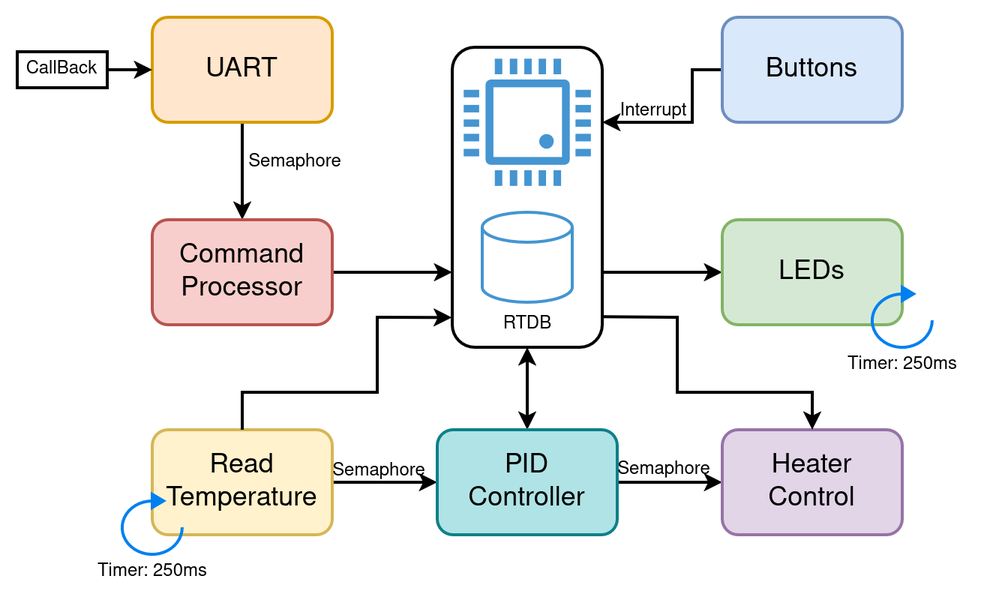
Above: docs/architecture.png in P-Ramos16/SETR_Proj3 (draw.io), before the change. Source tidied: cells renumbered, new cells last; positions are measured from the earlier drawing's top-left corner, leaving out a move shared by most shapes.
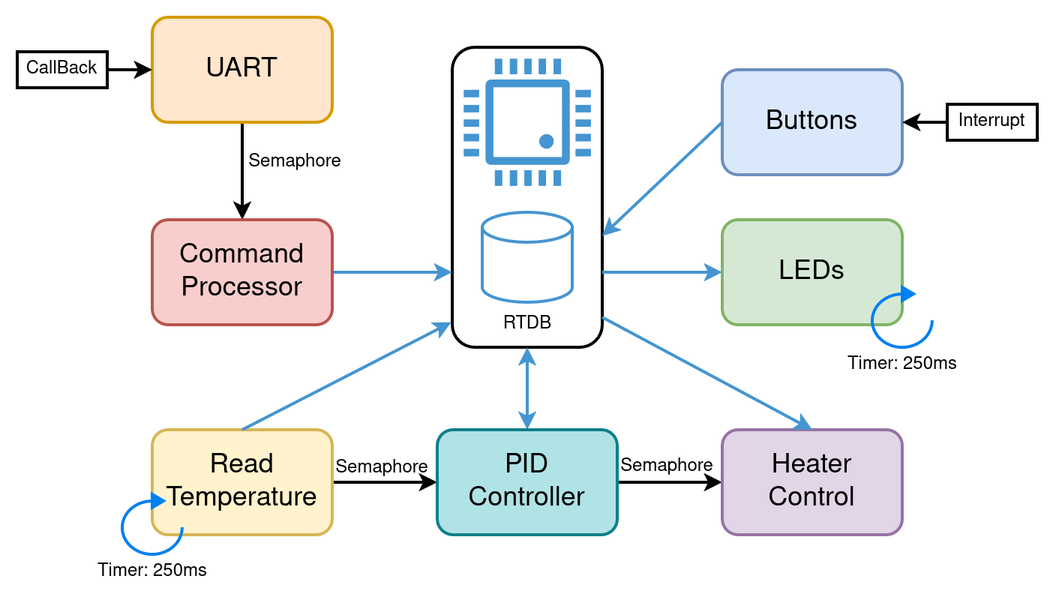
The same diagram one commit later.

What changed in the source:
```diff
@@ -8,108 +8,94 @@
     <mxCell id="3" style="shadow=0;dashed=0;html=1;strokeColor=none;fillColor=#4495D1;labelPosition=center;verticalLabelPosition=bottom;verticalAlign=top;align=center;shape=mxgraph.veeam.cpu;strokeWidth=2;" parent="1" vertex="1">
       <mxGeometry x="297.6" y="27.6" width="84.8" height="84.8" as="geometry" />
     </mxCell>
-    <mxCell id="4" style="edgeStyle=orthogonalEdgeStyle;rounded=0;jettySize=auto;html=1;entryX=1;entryY=0.25;entryDx=0;entryDy=0;strokeWidth=2;" parent="1" edge="1" source="5" target="2">
-      <mxGeometry relative="1" as="geometry">
-        <Array as="points">
-          <mxPoint x="450" y="35" />
-          <mxPoint x="450" y="70" />
-        </Array>
-      </mxGeometry>
+    <mxCell id="4" value="Buttons" style="rounded=1;whiteSpace=wrap;html=1;fontSize=18;fillColor=#dae8fc;strokeColor=#6c8ebf;strokeWidth=2;" parent="1" vertex="1">
+      <mxGeometry x="470" y="35" width="120" height="70" as="geometry" />
     </mxCell>
-    <mxCell id="5" value="Buttons" style="rounded=1;whiteSpace=wrap;html=1;fontSize=18;fillColor=#dae8fc;strokeColor=#6c8ebf;strokeWidth=2;" parent="1" vertex="1">
-      <mxGeometry x="470" width="120" height="70" as="geometry" />
+    <mxCell id="5" style="edgeStyle=orthogonalEdgeStyle;rounded=0;jettySize=auto;html=1;entryX=1;entryY=0.75;entryDx=0;entryDy=0;startArrow=classic;startFill=1;endArrow=none;strokeWidth=2;fillColor=#dae8fc;strokeColor=#4495D1;" parent="1" edge="1" source="6" target="2">
+      <mxGeometry relative="1" as="geometry" />
     </mxCell>
-    <mxCell id="6" value="Interrupt" style="text;html=1;align=center;verticalAlign=middle;points=[];strokeColor=none;fillColor=none;strokeWidth=2;" parent="1" vertex="1">
-      <mxGeometry x="389" y="48" width="70" height="30" as="geometry" />
+    <mxCell id="6" value="LEDs" style="rounded=1;whiteSpace=wrap;html=1;fontSize=18;fillColor=#d5e8d4;strokeColor=#82b366;strokeWidth=2;" parent="1" vertex="1">
+      <mxGeometry x="470" y="135" width="120" height="70" as="geometry" />
     </mxCell>
-    <mxCell id="7" style="edgeStyle=orthogonalEdgeStyle;rounded=0;jettySize=auto;html=1;entryX=1;entryY=0.75;entryDx=0;entryDy=0;startArrow=classic;startFill=1;endArrow=none;strokeWidth=2;" parent="1" edge="1" source="8" target="2">
-      <mxGeometry relative="1" as="geometry" />
+    <mxCell id="7" style="strokeWidth=2;html=1;shape=mxgraph.flowchart.database;whiteSpace=wrap;strokeColor=#4495D1;" parent="1" vertex="1">
+      <mxGeometry x="310" y="130" width="60" height="60" as="geometry" />
     </mxCell>
-    <mxCell id="8" value="LEDs" style="rounded=1;whiteSpace=wrap;html=1;fontSize=18;fillColor=#d5e8d4;strokeColor=#82b366;strokeWidth=2;" parent="1" vertex="1">
-      <mxGeometry x="470" y="135" width="120" height="70" as="geometry" />
+    <mxCell id="8" style="edgeStyle=orthogonalEdgeStyle;rounded=0;jettySize=auto;html=1;startArrow=classic;startFill=1;strokeWidth=2;fillColor=#dae8fc;strokeColor=#4495D1;" parent="1" edge="1" source="9" target="22">
+      <mxGeometry relative="1" as="geometry" />
     </mxCell>
-    <mxCell id="9" style="strokeWidth=2;html=1;shape=mxgraph.flowchart.database;whiteSpace=wrap;strokeColor=#4495D1;" parent="1" vertex="1">
-      <mxGeometry x="310" y="130" width="60" height="60" as="geometry" />
+    <mxCell id="9" value="RTDB" style="text;html=1;align=center;verticalAlign=middle;points=[];strokeColor=none;fillColor=none;strokeWidth=2;" parent="1" vertex="1">
+      <mxGeometry x="310" y="190" width="60" height="30" as="geometry" />
     </mxCell>
-    <mxCell id="10" style="edgeStyle=orthogonalEdgeStyle;rounded=0;jettySize=auto;html=1;startArrow=classic;startFill=1;strokeWidth=2;" parent="1" edge="1" source="11" target="24">
+    <mxCell id="10" style="edgeStyle=orthogonalEdgeStyle;rounded=0;jettySize=auto;html=1;strokeWidth=2;" parent="1" edge="1" source="11" target="13">
       <mxGeometry relative="1" as="geometry" />
     </mxCell>
-    <mxCell id="11" value="RTDB" style="text;html=1;align=center;verticalAlign=middle;points=[];strokeColor=none;fillColor=none;strokeWidth=2;" parent="1" vertex="1">
-      <mxGeometry x="310" y="190" width="60" height="30" as="geometry" />
+    <mxCell id="11" value="UART" style="rounded=1;whiteSpace=wrap;html=1;fontSize=18;fillColor=#ffe6cc;strokeColor=#d79b00;strokeWidth=2;" parent="1" vertex="1">
+      <mxGeometry x="90" width="120" height="70" as="geometry" />
     </mxCell>
-    <mxCell id="12" style="edgeStyle=orthogonalEdgeStyle;rounded=0;jettySize=auto;html=1;strokeWidth=2;" parent="1" edge="1" source="13" target="15">
+    <mxCell id="12" style="edgeStyle=orthogonalEdgeStyle;rounded=0;jettySize=auto;html=1;entryX=0;entryY=0.75;entryDx=0;entryDy=0;strokeWidth=2;fillColor=#dae8fc;strokeColor=#4495D1;" parent="1" edge="1" source="13" target="2">
       <mxGeometry relative="1" as="geometry" />
     </mxCell>
-    <mxCell id="13" value="UART" style="rounded=1;whiteSpace=wrap;html=1;fontSize=18;fillColor=#ffe6cc;strokeColor=#d79b00;strokeWidth=2;" parent="1" vertex="1">
-      <mxGeometry x="90" width="120" height="70" as="geometry" />
+    <mxCell id="13" value="&lt;div&gt;Command&lt;/div&gt;&lt;div&gt;Processor&lt;/div&gt;" style="rounded=1;whiteSpace=wrap;html=1;fontSize=18;fillColor=#f8cecc;strokeColor=#b85450;strokeWidth=2;" parent="1" vertex="1">
+      <mxGeometry x="90" y="135" width="120" height="70" as="geometry" />
     </mxCell>
-    <mxCell id="14" style="edgeStyle=orthogonalEdgeStyle;rounded=0;jettySize=auto;html=1;entryX=0;entryY=0.75;entryDx=0;entryDy=0;strokeWidth=2;" parent="1" edge="1" source="15" target="2">
-      <mxGeometry relative="1" as="geometry" />
+    <mxCell id="14" value="&lt;div&gt;Semaphore&lt;/div&gt;" style="text;html=1;align=center;verticalAlign=middle;strokeColor=none;fillColor=none;strokeWidth=2;" parent="1" vertex="1">
+      <mxGeometry x="140" y="82.4" width="90" height="30" as="geometry" />
     </mxCell>
-    <mxCell id="15" value="&lt;div&gt;Command&lt;/div&gt;&lt;div&gt;Processor&lt;/div&gt;" style="rounded=1;whiteSpace=wrap;html=1;fontSize=18;fillColor=#f8cecc;strokeColor=#b85450;strokeWidth=2;" parent="1" vertex="1">
-      <mxGeometry x="90" y="135" width="120" height="70" as="geometry" />
+    <mxCell id="15" style="edgeStyle=orthogonalEdgeStyle;rounded=0;jettySize=auto;html=1;strokeWidth=2;" parent="1" edge="1" source="16" target="11">
+      <mxGeometry relative="1" as="geometry" />
     </mxCell>
-    <mxCell id="16" value="&lt;div&gt;Semaphore&lt;/div&gt;" style="text;html=1;align=center;verticalAlign=middle;points=[];strokeColor=none;fillColor=none;strokeWidth=2;" parent="1" vertex="1">
-      <mxGeometry x="140" y="82.4" width="90" height="30" as="geometry" />
+    <mxCell id="16" value="CallBack" style="rounded=0;whiteSpace=wrap;html=1;strokeWidth=2;" parent="1" vertex="1">
+      <mxGeometry y="23" width="60" height="24" as="geometry" />
     </mxCell>
-    <mxCell id="17" style="edgeStyle=orthogonalEdgeStyle;rounded=0;jettySize=auto;html=1;strokeWidth=2;" parent="1" edge="1" source="18" target="13">
+    <mxCell id="17" style="edgeStyle=orthogonalEdgeStyle;rounded=0;jettySize=auto;html=1;strokeWidth=2;" parent="1" edge="1" source="18" target="22">
       <mxGeometry relative="1" as="geometry" />
     </mxCell>
-    <mxCell id="18" value="CallBack" style="rounded=0;whiteSpace=wrap;html=1;strokeWidth=2;" parent="1" vertex="1">
-      <mxGeometry y="23" width="60" height="24" as="geometry" />
+    <mxCell id="18" value="&lt;div&gt;Read&lt;/div&gt;&lt;div&gt;Temperature&lt;/div&gt;" style="rounded=1;whiteSpace=wrap;html=1;fontSize=18;fillColor=#fff2cc;strokeColor=#d6b656;strokeWidth=2;" parent="1" vertex="1">
+      <mxGeometry x="90" y="275" width="120" height="70" as="geometry" />
     </mxCell>
-    <mxCell id="19" style="edgeStyle=orthogonalEdgeStyle;rounded=0;jettySize=auto;html=1;strokeWidth=2;" parent="1" edge="1" source="20" target="24">
-      <mxGeometry relative="1" as="geometry" />
+    <mxCell id="19" style="html=1;verticalLabelPosition=bottom;align=center;labelBackgroundColor=#ffffff;verticalAlign=top;strokeWidth=2;strokeColor=#0080F0;shadow=0;dashed=0;shape=mxgraph.ios7.icons.reload;fillColor=#0080F0;" parent="1" vertex="1">
+      <mxGeometry x="70" y="318" width="40" height="40" as="geometry" />
     </mxCell>
-    <mxCell id="20" value="&lt;div&gt;Read&lt;/div&gt;&lt;div&gt;Temperature&lt;/div&gt;" style="rounded=1;whiteSpace=wrap;html=1;fontSize=18;fillColor=#fff2cc;strokeColor=#d6b656;strokeWidth=2;" parent="1" vertex="1">
-      <mxGeometry x="90" y="275" width="120" height="70" as="geometry" />
+    <mxCell id="20" value="&lt;div&gt;Timer: 250ms&lt;/div&gt;" style="text;html=1;align=center;verticalAlign=middle;points=[];strokeColor=none;fillColor=none;strokeWidth=2;" parent="1" vertex="1">
+      <mxGeometry x="40" y="355" width="100" height="30" as="geometry" />
     </mxCell>
-    <mxCell id="21" style="html=1;verticalLabelPosition=bottom;align=center;labelBackgroundColor=#ffffff;verticalAlign=top;strokeWidth=2;strokeColor=#0080F0;shadow=0;dashed=0;shape=mxgraph.ios7.icons.reload;fillColor=#0080F0;" parent="1" vertex="1">
-      <mxGeometry x="70" y="318" width="40" height="40" as="geometry" />
+    <mxCell id="21" style="edgeStyle=orthogonalEdgeStyle;rounded=0;jettySize=auto;html=1;strokeWidth=2;" parent="1" edge="1" source="22" target="23">
+      <mxGeometry relative="1" as="geometry" />
     </mxCell>
-    <mxCell id="22" value="&lt;div&gt;Timer: 250ms&lt;/div&gt;" style="text;html=1;align=center;verticalAlign=middle;points=[];strokeColor=none;fillColor=none;strokeWidth=2;" parent="1" vertex="1">
-      <mxGeometry x="40" y="355" width="100" height="30" as="geometry" />
+    <mxCell id="22" value="&lt;div&gt;PID&lt;/div&gt;&lt;div&gt;Controller&lt;/div&gt;" style="rounded=1;whiteSpace=wrap;html=1;fontSize=18;fillColor=#b0e3e6;strokeColor=#0e8088;strokeWidth=2;" parent="1" vertex="1">
+      <mxGeometry x="280" y="275" width="120" height="70" as="geometry" />
     </mxCell>
-    <mxCell id="23" style="edgeStyle=orthogonalEdgeStyle;rounded=0;jettySize=auto;html=1;strokeWidth=2;" parent="1" edge="1" source="24" target="25">
-      <mxGeometry relative="1" as="geometry" />
+    <mxCell id="23" value="&lt;div&gt;Heater&lt;/div&gt;&lt;div&gt;Control&lt;/div&gt;" style="rounded=1;whiteSpace=wrap;html=1;fontSize=18;fillColor=#e1d5e7;strokeColor=#9673a6;strokeWidth=2;" parent="1" vertex="1">
+      <mxGeometry x="470" y="275" width="120" height="70" as="geometry" />
     </mxCell>
-    <mxCell id="24" value="&lt;div&gt;PID&lt;/div&gt;&lt;div&gt;Controller&lt;/div&gt;" style="rounded=1;whiteSpace=wrap;html=1;fontSize=18;fillColor=#b0e3e6;strokeColor=#0e8088;strokeWidth=2;" parent="1" vertex="1">
-      <mxGeometry x="280" y="275" width="120" height="70" as="geometry" />
+    <mxCell id="24" value="&lt;div&gt;Semaphore&lt;/div&gt;" style="text;html=1;align=center;verticalAlign=middle;points=[];strokeColor=none;fillColor=none;strokeWidth=2;" parent="1" vertex="1">
+      <mxGeometry x="198" y="286" width="90" height="30" as="geometry" />
     </mxCell>
-    <mxCell id="25" value="&lt;div&gt;Heater&lt;/div&gt;&lt;div&gt;Control&lt;/div&gt;" style="rounded=1;whiteSpace=wrap;html=1;fontSize=18;fillColor=#e1d5e7;strokeColor=#9673a6;strokeWidth=2;" parent="1" vertex="1">
-      <mxGeometry x="470" y="275" width="120" height="70" as="geometry" />
+    <mxCell id="25" value="&lt;div&gt;Semaphore&lt;/div&gt;" style="text;html=1;align=center;verticalAlign=middle;points=[];strokeColor=none;fillColor=none;strokeWidth=2;" parent="1" vertex="1">
+      <mxGeometry x="388" y="285" width="90" height="30" as="geometry" />
     </mxCell>
-    <mxCell id="26" value="&lt;div&gt;Semaphore&lt;/div&gt;" style="text;html=1;align=center;verticalAlign=middle;strokeColor=none;fillColor=none;strokeWidth=2;" parent="1" vertex="1">
-      <mxGeometry x="196" y="288" width="90" height="30" as="geometry" />
+    <mxCell id="26" style="html=1;verticalLabelPosition=bottom;align=center;labelBackgroundColor=#ffffff;verticalAlign=top;strokeWidth=2;strokeColor=#0080F0;shadow=0;dashed=0;shape=mxgraph.ios7.icons.reload;fillColor=#0080F0;" parent="1" vertex="1">
+      <mxGeometry x="570" y="180" width="40" height="40" as="geometry" />
     </mxCell>
-    <mxCell id="27" value="&lt;div&gt;Semaphore&lt;/div&gt;" style="text;html=1;align=center;verticalAlign=middle;strokeColor=none;fillColor=none;strokeWidth=2;" parent="1" vertex="1">
-      <mxGeometry x="386" y="287" width="90" height="30" as="geometry" />
+    <mxCell id="27" value="&lt;div&gt;Timer: 250ms&lt;/div&gt;" style="text;html=1;align=center;verticalAlign=middle;strokeColor=none;fillColor=none;strokeWidth=2;" parent="1" vertex="1">
+      <mxGeometry x="540" y="217" width="100" height="30" as="geometry" />
     </mxCell>
-    <mxCell id="28" style="endArrow=classic;html=1;rounded=0;exitX=0.5;exitY=0;exitDx=0;exitDy=0;entryX=-0.003;entryY=0.901;entryDx=0;entryDy=0;entryPerimeter=0;strokeWidth=2;" parent="1" edge="1" target="2">
-      <mxGeometry relative="1" as="geometry">
-        <mxPoint x="150" y="275" as="sourcePoint" />
-        <Array as="points">
-          <mxPoint x="150" y="250" />
-          <mxPoint x="240" y="250" />
-          <mxPoint x="240" y="200" />
-        </Array>
-      </mxGeometry>
+    <mxCell id="28" style="endArrow=classic;html=1;rounded=0;exitX=0.5;exitY=0;exitDx=0;exitDy=0;entryX=-0.007;entryY=0.917;entryDx=0;entryDy=0;entryPerimeter=0;strokeWidth=2;fillColor=#dae8fc;strokeColor=#4495D1;" parent="1" edge="1" source="18" target="2">
+      <mxGeometry relative="1" as="geometry" />
     </mxCell>
-    <mxCell id="29" style="endArrow=none;html=1;rounded=0;exitX=0.5;exitY=0;exitDx=0;exitDy=0;startArrow=classic;startFill=1;entryX=1.001;entryY=0.898;entryDx=0;entryDy=0;entryPerimeter=0;strokeWidth=2;" parent="1" edge="1" target="2">
+    <mxCell id="29" style="endArrow=classic;html=1;rounded=0;entryX=0.5;entryY=0;entryDx=0;entryDy=0;strokeWidth=2;fillColor=#dae8fc;strokeColor=#4495D1;" parent="1" edge="1" target="23">
       <mxGeometry relative="1" as="geometry">
-        <mxPoint x="530" y="275" as="sourcePoint" />
-        <Array as="points">
-          <mxPoint x="530" y="250" />
-          <mxPoint x="440" y="250" />
-          <mxPoint x="440" y="200" />
-        </Array>
+        <mxPoint x="390" y="200" as="sourcePoint" />
       </mxGeometry>
     </mxCell>
-    <mxCell id="30" style="html=1;verticalLabelPosition=bottom;align=center;labelBackgroundColor=#ffffff;verticalAlign=top;strokeWidth=2;strokeColor=#0080F0;shadow=0;dashed=0;shape=mxgraph.ios7.icons.reload;fillColor=#0080F0;" parent="1" vertex="1">
-      <mxGeometry x="570" y="180" width="40" height="40" as="geometry" />
+    <mxCell id="30" style="edgeStyle=orthogonalEdgeStyle;rounded=0;jettySize=auto;html=1;strokeWidth=2;" parent="1" edge="1" source="31" target="4">
+      <mxGeometry relative="1" as="geometry" />
     </mxCell>
-    <mxCell id="31" value="&lt;div&gt;Timer: 250ms&lt;/div&gt;" style="text;html=1;align=center;verticalAlign=middle;points=[];strokeColor=none;fillColor=none;strokeWidth=2;" parent="1" vertex="1">
-      <mxGeometry x="540" y="217" width="100" height="30" as="geometry" />
+    <mxCell id="31" value="&lt;div&gt;Interrupt&lt;/div&gt;" style="rounded=0;whiteSpace=wrap;html=1;strokeWidth=2;" parent="1" vertex="1">
+      <mxGeometry x="620" y="58" width="60" height="24" as="geometry" />
     </mxCell>
+    <mxCell id="32" style="endArrow=classic;html=1;rounded=0;entryX=1;entryY=0.629;entryDx=0;entryDy=0;entryPerimeter=0;exitX=0;exitY=0.5;exitDx=0;exitDy=0;strokeWidth=2;strokeColor=#4495D1;" parent="1" edge="1" source="4" target="2">
+      <mxGeometry relative="1" as="geometry" />
+    </mxCell>
   </root>
 </mxGraphModel>
```
